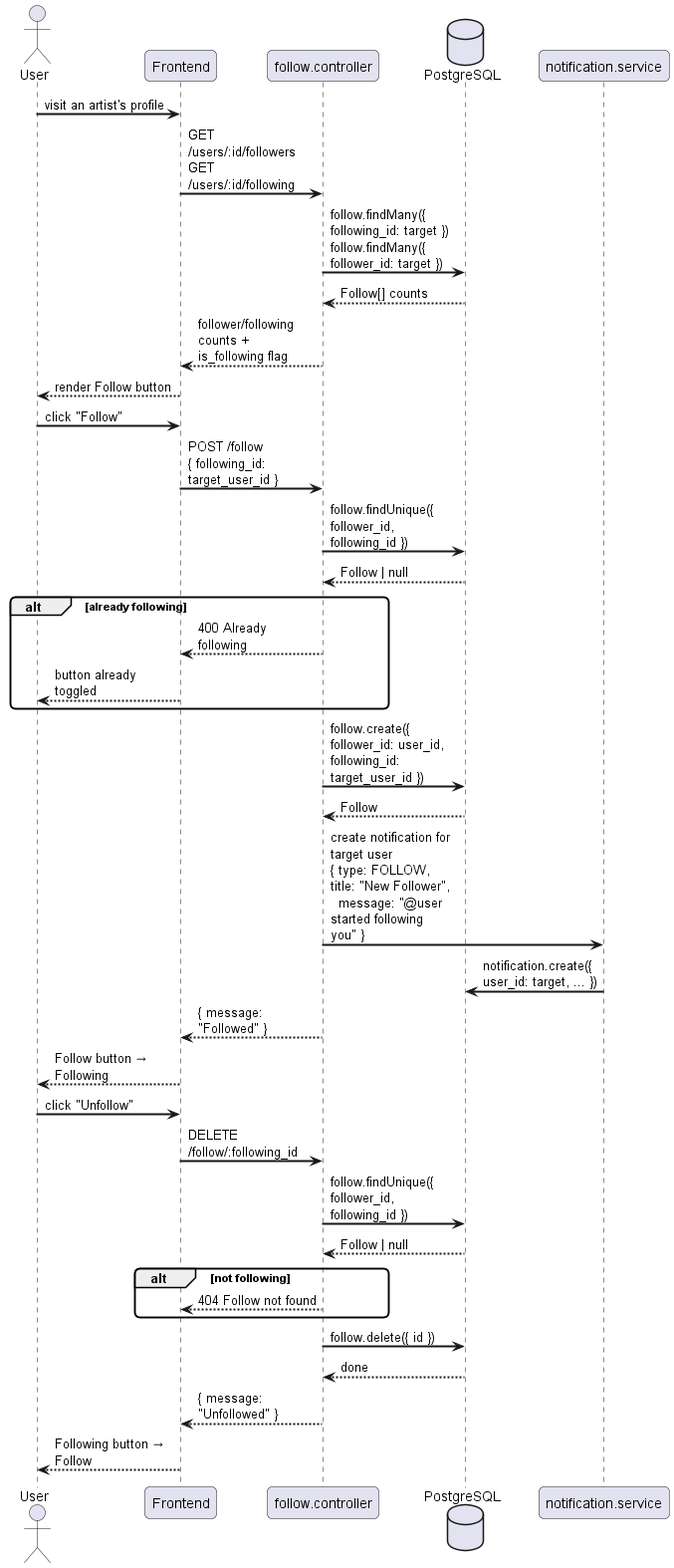
Schryzon/3Dex keeps this PlantUML diagram as docs/diagrams/exports/sequence/social/sequence_follow_unfollow.png. Above is the earlier version. Source of this version:
```plantuml
@startuml
skinparam sequenceArrowThickness 2
skinparam roundcorner 10
skinparam maxmessagesize 120

actor "User" as U
participant "Frontend" as FE
participant "follow.controller" as FC
database "PostgreSQL" as DB
participant "notification.service" as NS

U -> FE : visit an artist's profile
FE -> FC : GET /users/:id/followers\nGET /users/:id/following
FC -> DB : follow.findMany({ following_id: target })\nfollow.findMany({ follower_id: target })
DB --> FC : Follow[] counts
FC --> FE : follower/following counts + is_following flag
FE --> U : render Follow button

U -> FE : click "Follow"
FE -> FC : POST /follow\n{ following_id: target_user_id }
FC -> DB : follow.findUnique({ follower_id, following_id })
DB --> FC : Follow | null
alt already following
    FC --> FE : 400 Already following
    FE --> U : button already toggled
end
FC -> DB : follow.create({ follower_id: user_id, following_id: target_user_id })
DB --> FC : Follow
FC -> NS : create notification for target user\n{ type: FOLLOW, title: "New Follower",\n  message: "@user started following you" }
NS -> DB : notification.create({ user_id: target, ... })
FC --> FE : { message: "Followed" }
FE --> U : Follow button → Following

U -> FE : click "Unfollow"
FE -> FC : DELETE /follow/:following_id
FC -> DB : follow.findUnique({ follower_id, following_id })
DB --> FC : Follow | null
alt not following
    FC --> FE : 404 Follow not found
end
FC -> DB : follow.delete({ id })
DB --> FC : done
FC --> FE : { message: "Unfollowed" }
FE --> U : Following button → Follow
@enduml
```
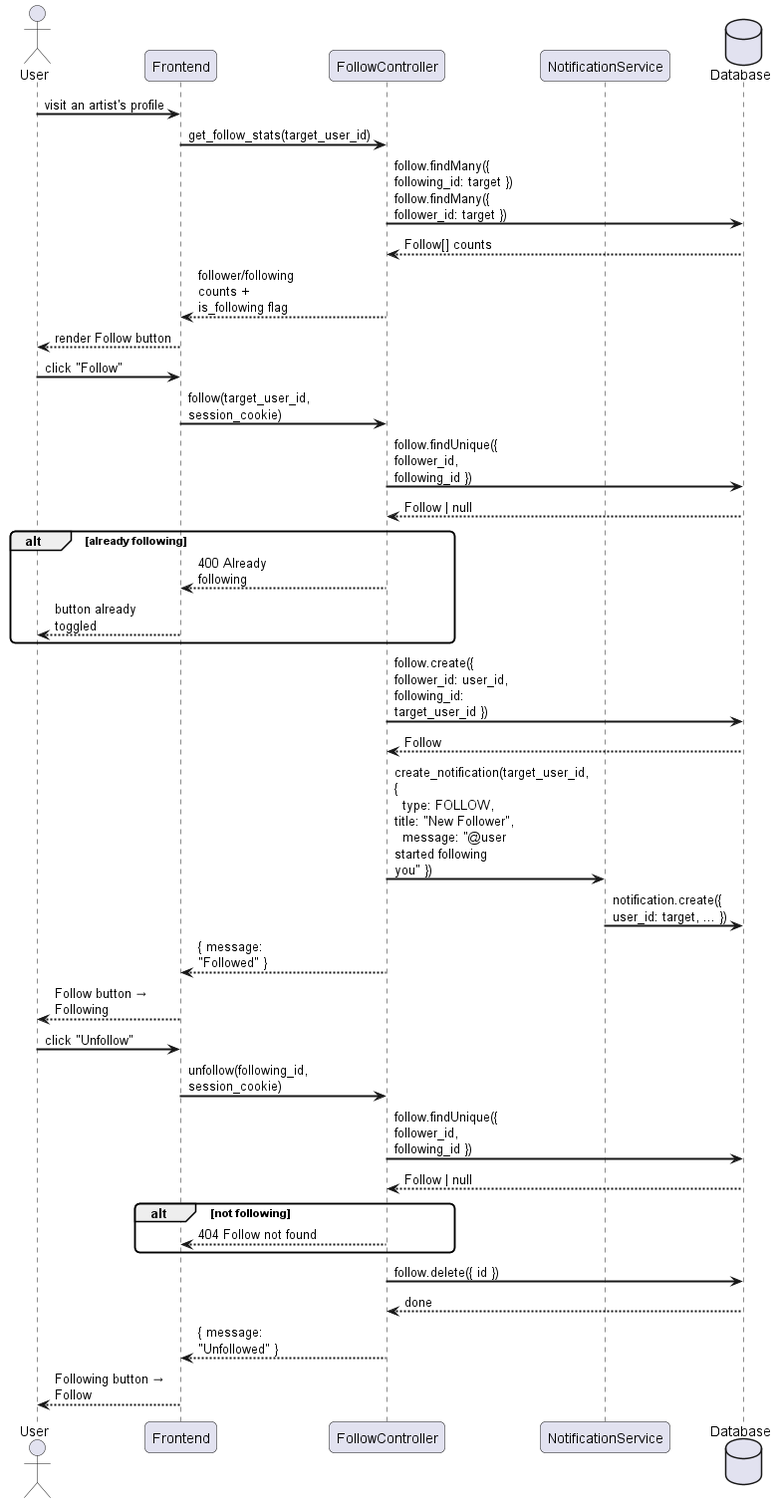
The same diagram one commit later.

Diff of the diagram source:
```diff
@@ -5,19 +5,19 @@
 
 actor "User" as U
 participant "Frontend" as FE
-participant "follow.controller" as FC
-database "PostgreSQL" as DB
-participant "notification.service" as NS
+participant "FollowController" as FC
+participant "NotificationService" as NS
+database "Database" as DB
 
 U -> FE : visit an artist's profile
-FE -> FC : GET /users/:id/followers\nGET /users/:id/following
+FE -> FC : get_follow_stats(target_user_id)
 FC -> DB : follow.findMany({ following_id: target })\nfollow.findMany({ follower_id: target })
 DB --> FC : Follow[] counts
 FC --> FE : follower/following counts + is_following flag
 FE --> U : render Follow button
 
 U -> FE : click "Follow"
-FE -> FC : POST /follow\n{ following_id: target_user_id }
+FE -> FC : follow(target_user_id, session_cookie)
 FC -> DB : follow.findUnique({ follower_id, following_id })
 DB --> FC : Follow | null
 alt already following
@@ -26,13 +26,13 @@
 end
 FC -> DB : follow.create({ follower_id: user_id, following_id: target_user_id })
 DB --> FC : Follow
-FC -> NS : create notification for target user\n{ type: FOLLOW, title: "New Follower",\n  message: "@user started following you" }
+FC -> NS : create_notification(target_user_id, {\n  type: FOLLOW, title: "New Follower",\n  message: "@user started following you" })
 NS -> DB : notification.create({ user_id: target, ... })
 FC --> FE : { message: "Followed" }
 FE --> U : Follow button → Following
 
 U -> FE : click "Unfollow"
-FE -> FC : DELETE /follow/:following_id
+FE -> FC : unfollow(following_id, session_cookie)
 FC -> DB : follow.findUnique({ follower_id, following_id })
 DB --> FC : Follow | null
 alt not following
```
